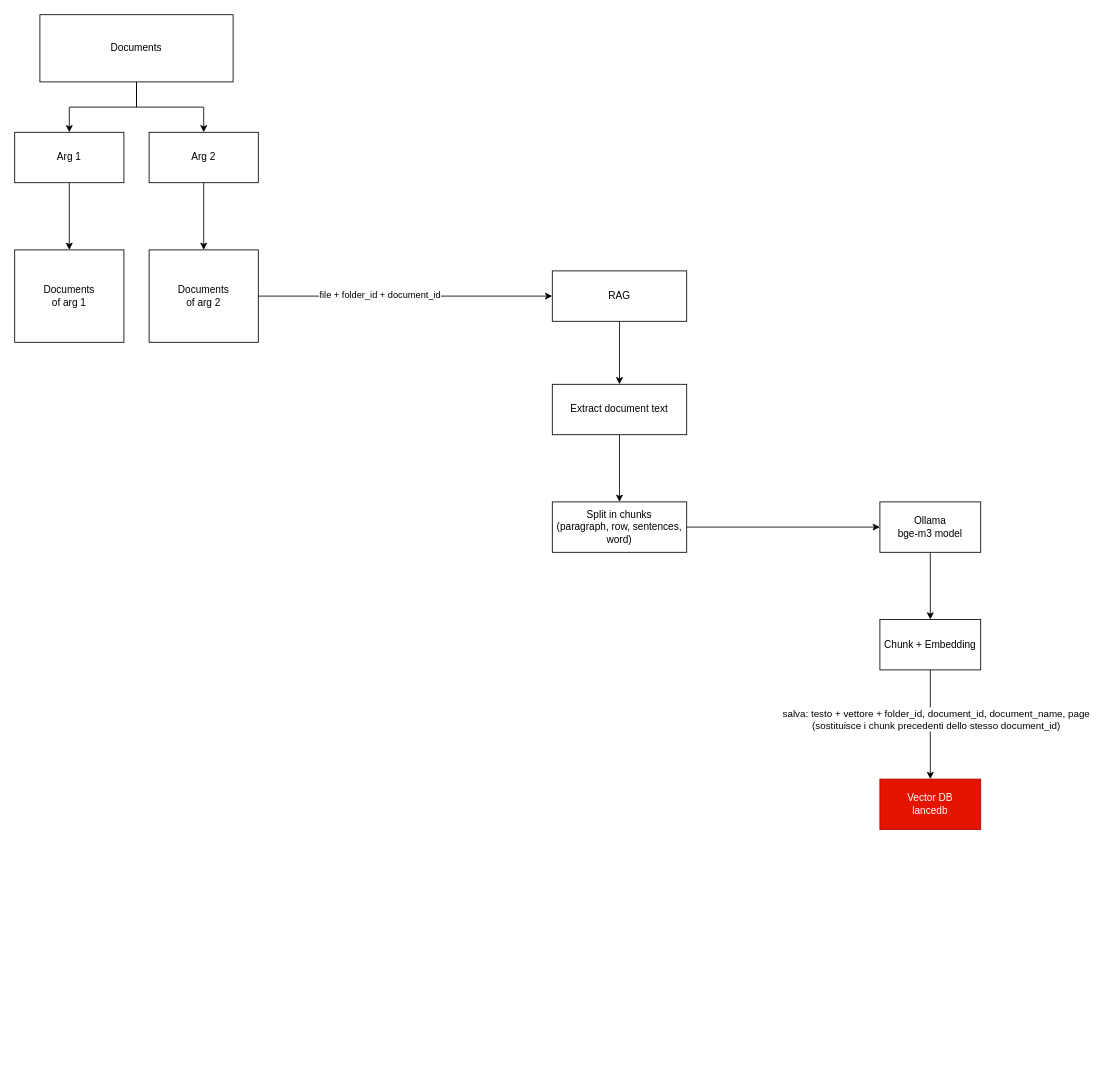
MatOliITC/smart-search keeps this draw.io diagram as rag-engine/RAG.drawio. Above is the earlier version. Source tidied: cells renumbered, new cells numbered last; positions are measured from the earlier drawing's top-left corner, leaving out a move shared by most shapes. Both pictures are drawn from the tidied source at 84%, with x=0, y=0 at pixel (14, 14).
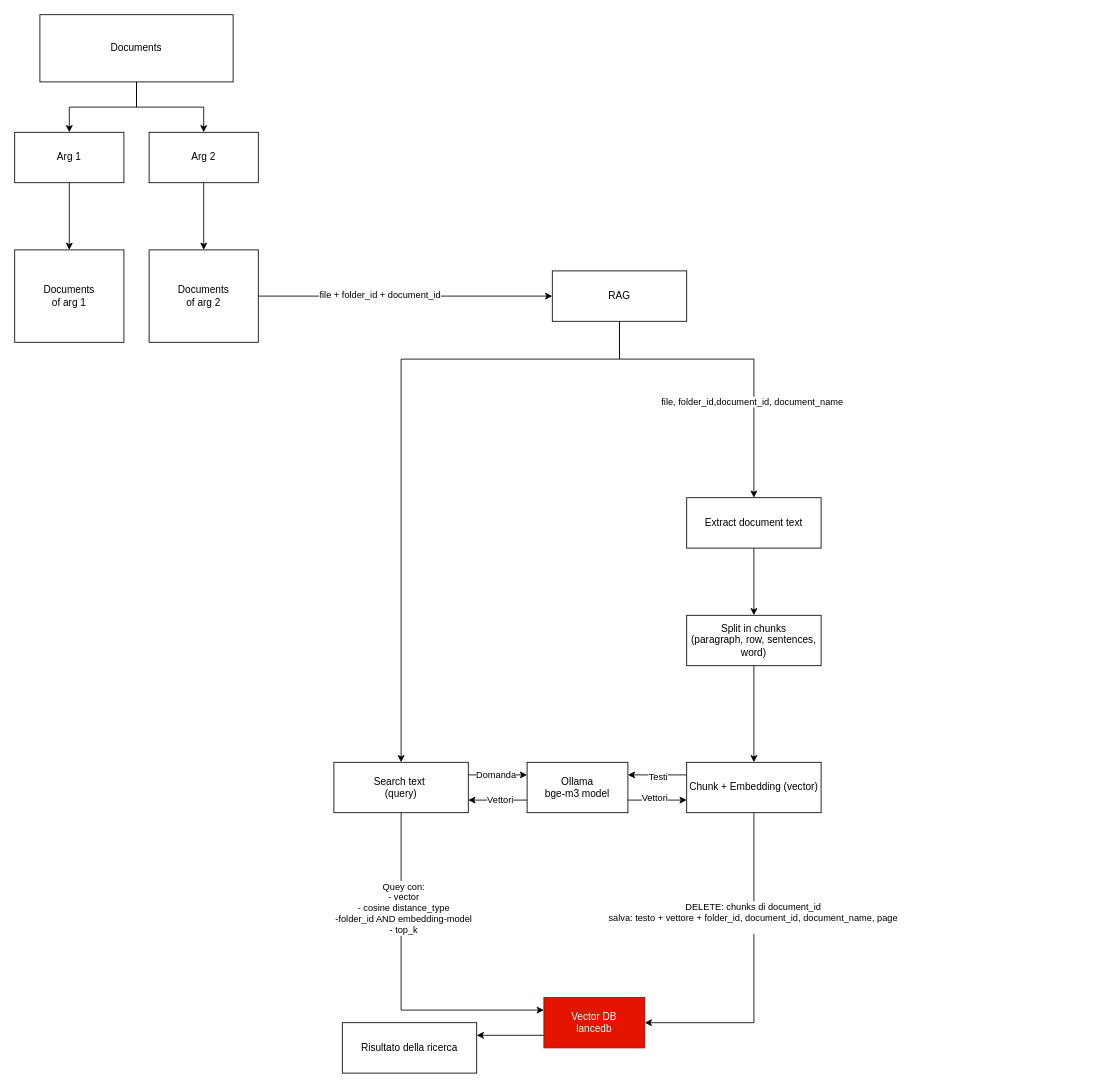
The same page after the edit.

Commit message:
feat: update draw io diagram

The change refers to these unchanged cells:
```xml
<mxCell id="14" value="RAG" style="rounded=0;whiteSpace=wrap;html=1;" parent="1" vertex="1">
  <mxGeometry x="640" y="305" width="160" height="60" as="geometry" />
</mxCell>
```

What changed in the source:
```diff
@@
-    <mxCell id="13" style="edgeStyle=orthogonalEdgeStyle;rounded=0;jettySize=auto;html=1;" parent="1" edge="1" source="14" target="16">
-      <mxGeometry relative="1" as="geometry" />
+    <mxCell id="13" style="edgeStyle=orthogonalEdgeStyle;rounded=0;jettySize=auto;html=1;entryX=0.5;entryY=0;entryDx=0;entryDy=0;" parent="1" edge="1" source="14" target="16">
+      <mxGeometry relative="1" as="geometry">
+        <Array as="points">
+          <mxPoint x="720" y="410" />
+          <mxPoint x="880" y="410" />
+        </Array>
+      </mxGeometry>
     </mxCell>
+    <mxCell id="25" value="file, folder_id,document_id, document_name" style="edgeLabel;html=1;align=center;verticalAlign=middle;" parent="13" vertex="1">
+      <mxGeometry x="0.38" y="-3" relative="1" as="geometry" />
+    </mxCell>
+    <mxCell id="26" style="edgeStyle=orthogonalEdgeStyle;rounded=0;jettySize=auto;html=1;entryX=0.5;entryY=0;entryDx=0;entryDy=0;" parent="1" edge="1" source="14" target="42">
+      <mxGeometry x="0.07" relative="1" as="geometry">
+        <Array as="points">
+          <mxPoint x="720" y="410" />
+          <mxPoint x="460" y="410" />
+        </Array>
+      </mxGeometry>
+    </mxCell>
@@
     <mxCell id="16" value="Extract document text" style="rounded=0;whiteSpace=wrap;html=1;" parent="1" vertex="1">
-      <mxGeometry x="640" y="440" width="160" height="60" as="geometry" />
+      <mxGeometry x="800" y="575" width="160" height="60" as="geometry" />
     </mxCell>
-    <mxCell id="17" style="edgeStyle=orthogonalEdgeStyle;rounded=0;jettySize=auto;html=1;entryX=0;entryY=0.5;entryDx=0;entryDy=0;" parent="1" edge="1" source="18" target="20">
-      <mxGeometry relative="1" as="geometry" />
-    </mxCell>
+    <mxCell id="27" style="edgeStyle=orthogonalEdgeStyle;rounded=0;jettySize=auto;html=1;entryX=0.5;entryY=0;entryDx=0;entryDy=0;" parent="1" edge="1" source="18" target="36">
+      <mxGeometry relative="1" as="geometry" />
+    </mxCell>
     <mxCell id="18" value="Split in chunks&lt;div&gt;(paragraph, row, sentences, word)&lt;/div&gt;" style="rounded=0;whiteSpace=wrap;html=1;" parent="1" vertex="1">
-      <mxGeometry x="640" y="580" width="160" height="60" as="geometry" />
+      <mxGeometry x="800" y="715" width="160" height="60" as="geometry" />
     </mxCell>
-    <mxCell id="19" style="edgeStyle=orthogonalEdgeStyle;rounded=0;jettySize=auto;html=1;" parent="1" edge="1" source="20" target="23">
-      <mxGeometry relative="1" as="geometry" />
-    </mxCell>
+    <mxCell id="28" style="edgeStyle=orthogonalEdgeStyle;rounded=0;jettySize=auto;html=1;exitX=1;exitY=0.75;exitDx=0;exitDy=0;entryX=0;entryY=0.75;entryDx=0;entryDy=0;" parent="1" edge="1" source="20" target="36">
+      <mxGeometry relative="1" as="geometry" />
+    </mxCell>
+    <mxCell id="29" value="Vettori" style="edgeLabel;html=1;align=center;verticalAlign=middle;" parent="28" vertex="1">
+      <mxGeometry x="-0.11" y="3" relative="1" as="geometry" />
+    </mxCell>
+    <mxCell id="30" style="edgeStyle=orthogonalEdgeStyle;rounded=0;jettySize=auto;html=1;exitX=0;exitY=0.75;exitDx=0;exitDy=0;entryX=1;entryY=0.75;entryDx=0;entryDy=0;" parent="1" edge="1" source="20" target="42">
+      <mxGeometry relative="1" as="geometry" />
+    </mxCell>
+    <mxCell id="31" value="Vettori" style="edgeLabel;html=1;align=center;verticalAlign=middle;" parent="30" vertex="1">
+      <mxGeometry x="-0.06" y="-1" relative="1" as="geometry" />
+    </mxCell>
     <mxCell id="20" value="Ollama &lt;br&gt;bge-m3 model" style="rounded=0;whiteSpace=wrap;html=1;" parent="1" vertex="1">
-      <mxGeometry x="1030" y="580" width="120" height="60" as="geometry" />
+      <mxGeometry x="610" y="890" width="120" height="60" as="geometry" />
     </mxCell>
-    <mxCell id="21" style="edgeStyle=orthogonalEdgeStyle;rounded=0;jettySize=auto;html=1;entryX=0.5;entryY=0;entryDx=0;entryDy=0;" parent="1" edge="1" source="23" target="24">
-      <mxGeometry relative="1" as="geometry" />
-    </mxCell>
-    <mxCell id="22" value="&lt;div&gt;&lt;span style=&quot;font-size: 11.7px;&quot;&gt;salva: testo + vettore + folder_id, document_id, document_name, page&lt;/span&gt;&lt;/div&gt;&lt;div&gt;&lt;span style=&quot;font-size: 11.7px;&quot;&gt;(sostituisce i chunk precedenti dello stesso document_id)&lt;/span&gt;&lt;/div&gt;" style="edgeLabel;html=1;align=center;verticalAlign=middle;" parent="21" vertex="1">
-      <mxGeometry x="-0.11" y="6" relative="1" as="geometry" />
-    </mxCell>
-    <mxCell id="23" value="Chunk + Embedding" style="rounded=0;whiteSpace=wrap;html=1;" parent="1" vertex="1">
-      <mxGeometry x="1030" y="720" width="120" height="60" as="geometry" />
-    </mxCell>
+    <mxCell id="32" style="edgeStyle=orthogonalEdgeStyle;rounded=0;jettySize=auto;html=1;exitX=0.5;exitY=1;exitDx=0;exitDy=0;entryX=1;entryY=0.5;entryDx=0;entryDy=0;" parent="1" edge="1" source="36" target="24">
+      <mxGeometry relative="1" as="geometry" />
+    </mxCell>
+    <mxCell id="33" value="&lt;div&gt;DELETE: chunks di document_id&lt;br&gt;salva: testo + vettore + folder_id, document_id, document_name, page&lt;/div&gt;&lt;div&gt;&lt;br&gt;&lt;/div&gt;" style="edgeLabel;html=1;align=center;verticalAlign=middle;" parent="32" vertex="1">
+      <mxGeometry x="-0.35" y="-2" relative="1" as="geometry" />
+    </mxCell>
+    <mxCell id="34" style="edgeStyle=orthogonalEdgeStyle;rounded=0;jettySize=auto;html=1;exitX=0;exitY=0.25;exitDx=0;exitDy=0;entryX=1;entryY=0.25;entryDx=0;entryDy=0;" parent="1" edge="1" source="36" target="20">
+      <mxGeometry relative="1" as="geometry" />
+    </mxCell>
+    <mxCell id="35" value="Testi" style="edgeLabel;html=1;align=center;verticalAlign=middle;" parent="34" vertex="1">
+      <mxGeometry x="0.01" y="1" relative="1" as="geometry" />
+    </mxCell>
+    <mxCell id="36" value="Chunk + Embedding (vector)" style="rounded=0;whiteSpace=wrap;html=1;" parent="1" vertex="1">
+      <mxGeometry x="800" y="890" width="160" height="60" as="geometry" />
+    </mxCell>
+    <mxCell id="37" style="edgeStyle=orthogonalEdgeStyle;rounded=0;jettySize=auto;html=1;exitX=0;exitY=0.75;exitDx=0;exitDy=0;entryX=1;entryY=0.25;entryDx=0;entryDy=0;" parent="1" edge="1" source="24" target="43">
+      <mxGeometry relative="1" as="geometry" />
+    </mxCell>
     <mxCell id="24" value="Vector DB&lt;div&gt;lancedb&lt;/div&gt;" style="rounded=0;whiteSpace=wrap;html=1;fillColor=#e51400;fontColor=#ffffff;strokeColor=#B20000;" parent="1" vertex="1">
-      <mxGeometry x="1030" y="910" width="120" height="60" as="geometry" />
+      <mxGeometry x="630" y="1170" width="120" height="60" as="geometry" />
     </mxCell>
+    <mxCell id="38" style="edgeStyle=orthogonalEdgeStyle;rounded=0;jettySize=auto;html=1;exitX=1;exitY=0.25;exitDx=0;exitDy=0;entryX=0;entryY=0.25;entryDx=0;entryDy=0;" parent="1" edge="1" source="42" target="20">
+      <mxGeometry relative="1" as="geometry" />
+    </mxCell>
+    <mxCell id="39" value="Domanda" style="edgeLabel;html=1;align=center;verticalAlign=middle;" parent="38" vertex="1">
+      <mxGeometry x="-0.1" y="1" relative="1" as="geometry" />
+    </mxCell>
+    <mxCell id="40" style="edgeStyle=orthogonalEdgeStyle;rounded=0;jettySize=auto;html=1;entryX=0;entryY=0.25;entryDx=0;entryDy=0;exitX=0.5;exitY=1;exitDx=0;exitDy=0;" parent="1" edge="1" source="42" target="24">
+      <mxGeometry relative="1" as="geometry" />
+    </mxCell>
+    <mxCell id="41" value="Quey con:&lt;div&gt;- vector&lt;/div&gt;&lt;div&gt;- cosine distance_type&lt;/div&gt;&lt;div&gt;-folder_id AND embedding-model&lt;/div&gt;&lt;div&gt;- top_k&lt;/div&gt;" style="edgeLabel;html=1;align=center;verticalAlign=middle;" parent="40" vertex="1">
+      <mxGeometry x="-0.44" y="2" relative="1" as="geometry" />
+    </mxCell>
+    <mxCell id="42" value="Search text&amp;nbsp;&lt;div&gt;(query)&lt;/div&gt;" style="rounded=0;whiteSpace=wrap;html=1;" parent="1" vertex="1">
+      <mxGeometry x="380" y="890" width="160" height="60" as="geometry" />
+    </mxCell>
+    <mxCell id="43" value="Risultato della ricerca" style="rounded=0;whiteSpace=wrap;html=1;" parent="1" vertex="1">
+      <mxGeometry x="390" y="1200" width="160" height="60" as="geometry" />
+    </mxCell>
```
